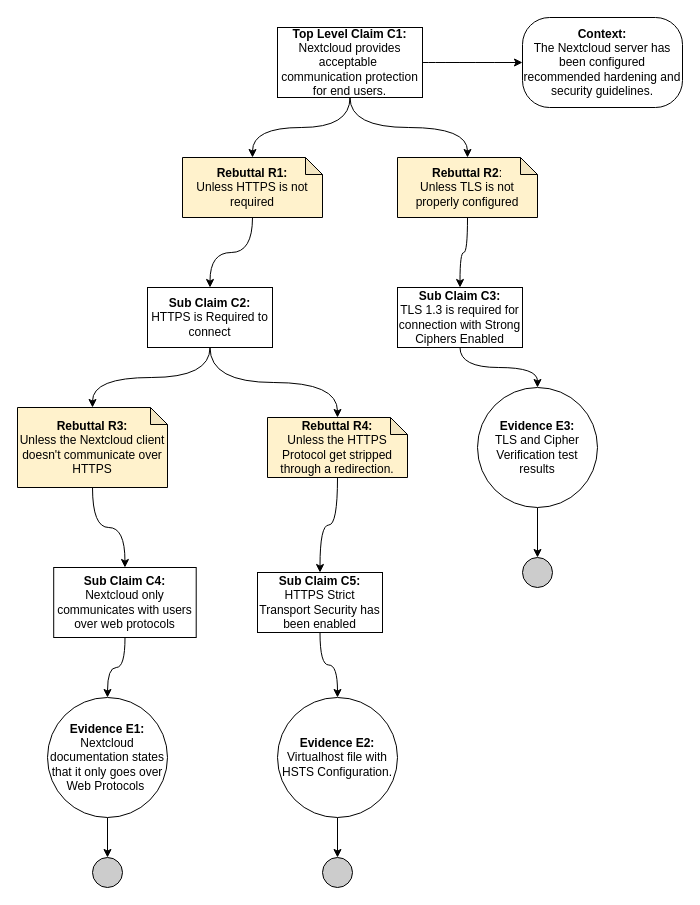
Above: Assurance Case/Assurance Case - Secure Communication.drawio in Hinrichsta/FA23-Cyber8420 (draw.io), before the change. Source tidied: cells renumbered, new cells numbered last; positions are measured from the earlier drawing's top-left corner, leaving out a move shared by most shapes. Both pictures are drawn from the tidied source at 100%, with x=0, y=0 at pixel (17, 17).
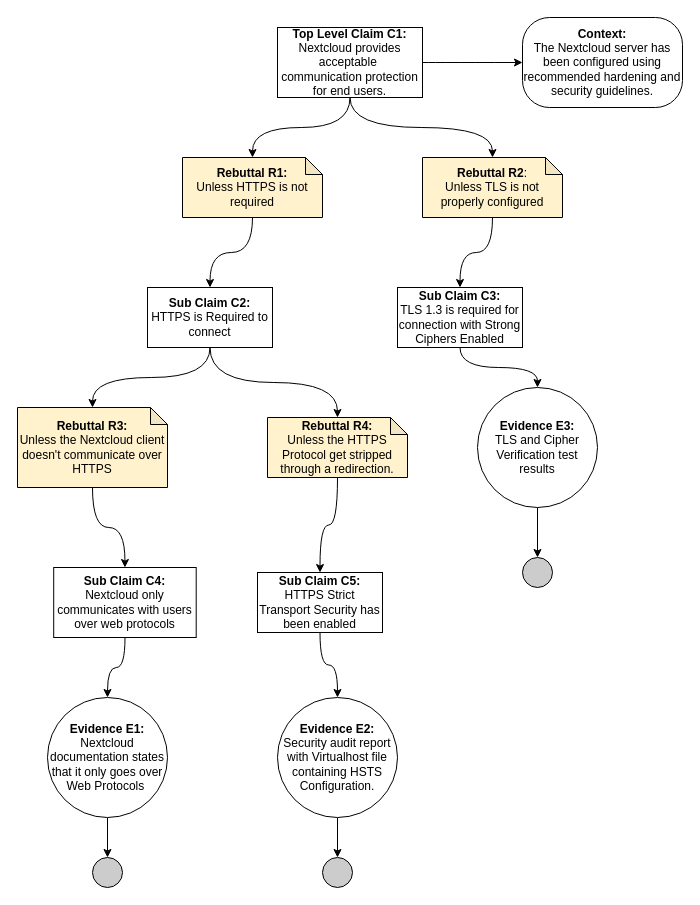
Above is the later version.

What changed in the source:
```diff
@@
-    <mxCell id="8" value="&lt;b&gt;Context:&lt;/b&gt;&lt;br&gt;The Nextcloud server has been configured recommended hardening and security guidelines." style="rounded=1;whiteSpace=wrap;html=1;arcSize=30;" parent="1" vertex="1">
+    <mxCell id="8" value="&lt;b&gt;Context:&lt;/b&gt;&lt;br&gt;The Nextcloud server has been configured using recommended hardening and security guidelines." style="rounded=1;whiteSpace=wrap;html=1;arcSize=30;" parent="1" vertex="1">
       <mxGeometry x="505" width="160" height="90" as="geometry" />
     </mxCell>
@@
     <mxCell id="11" value="&lt;b&gt;Rebuttal R2&lt;/b&gt;:&lt;br&gt;Unless TLS is not properly configured" style="shape=note;whiteSpace=wrap;html=1;backgroundOutline=1;darkOpacity=0.05;size=17;fillColor=#FFF2CC;" parent="1" vertex="1">
-      <mxGeometry x="380" y="140" width="140" height="60" as="geometry" />
+      <mxGeometry x="405" y="140" width="140" height="60" as="geometry" />
     </mxCell>
@@
-    <mxCell id="19" value="&lt;b&gt;Evidence E2:&lt;/b&gt;&lt;br&gt;Virtualhost file with HSTS Configuration." style="ellipse;whiteSpace=wrap;html=1;fillColor=#ffffff;rounded=0;" parent="1" vertex="1">
+    <mxCell id="19" value="&lt;b&gt;Evidence E2:&lt;/b&gt;&lt;br&gt;Security audit report with Virtualhost file containing HSTS Configuration." style="ellipse;whiteSpace=wrap;html=1;fillColor=#ffffff;rounded=0;" parent="1" vertex="1">
       <mxGeometry x="260" y="680" width="120" height="120" as="geometry" />
     </mxCell>
```
